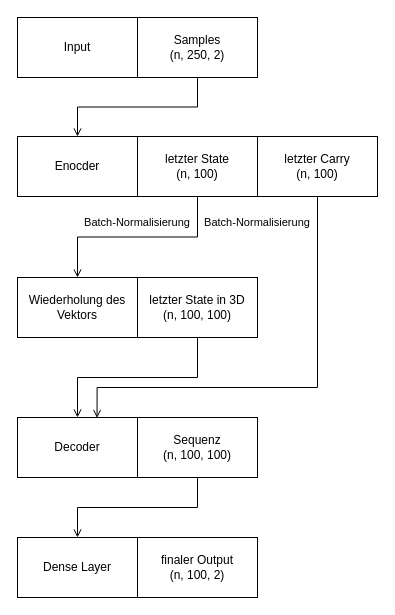
Above: plots/model.drawio in visserle/two-hearts (draw.io), before the change. Source tidied: cells renumbered, new cells numbered last; positions are measured from the earlier drawing's top-left corner, leaving out a move shared by most shapes. Both pictures are drawn from the tidied source at 100%, with x=0, y=0 at pixel (17, 17).
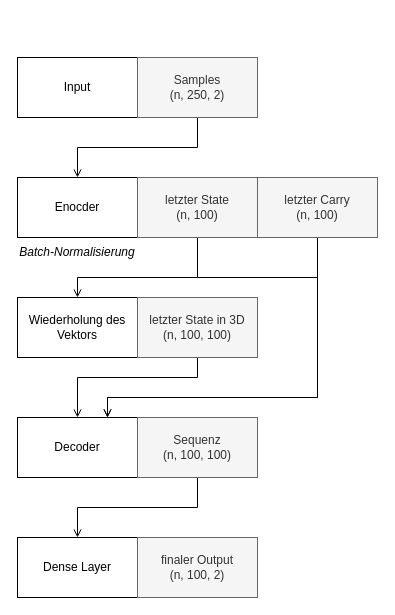
After the change.

Unchanged cells that the change refers to:
```xml
<mxCell id="10" value="Decoder" style="rounded=0;whiteSpace=wrap;html=1;" parent="1" vertex="1">
  <mxGeometry y="400" width="120" height="60" as="geometry" />
</mxCell>
```

Change to the diagram source:
```diff
@@
     <mxCell id="2" value="Input" style="rounded=0;whiteSpace=wrap;html=1;" parent="1" vertex="1">
-      <mxGeometry width="120" height="60" as="geometry" />
+      <mxGeometry y="40" width="120" height="60" as="geometry" />
     </mxCell>
-    <mxCell id="3" style="edgeStyle=orthogonalEdgeStyle;rounded=0;sketch=0;jumpStyle=arc;jettySize=auto;html=1;entryX=0.5;entryY=0;entryDx=0;entryDy=0;shadow=0;endArrow=open;endFill=0;" parent="1" edge="1" source="4" target="5">
+    <mxCell id="3" style="edgeStyle=orthogonalEdgeStyle;rounded=0;sketch=0;jumpStyle=arc;jettySize=auto;html=1;shadow=0;fontSize=12;endArrow=open;endFill=0;" parent="1" edge="1" source="4" target="5">
       <mxGeometry relative="1" as="geometry" />
     </mxCell>
-    <mxCell id="4" value="Samples&lt;br&gt;(n, 250, 2)" style="rounded=0;whiteSpace=wrap;html=1;" parent="1" vertex="1">
-      <mxGeometry x="120" width="120" height="60" as="geometry" />
+    <mxCell id="4" value="Samples&lt;br&gt;(n, 250, 2)" style="rounded=0;whiteSpace=wrap;html=1;fillColor=#f5f5f5;fontColor=#333333;strokeColor=#666666;" parent="1" vertex="1">
+      <mxGeometry x="120" y="40" width="120" height="60" as="geometry" />
     </mxCell>
     <mxCell id="5" value="Enocder" style="rounded=0;whiteSpace=wrap;html=1;" parent="1" vertex="1">
-      <mxGeometry y="119" width="120" height="60" as="geometry" />
+      <mxGeometry y="160" width="120" height="60" as="geometry" />
     </mxCell>
-    <mxCell id="6" style="edgeStyle=orthogonalEdgeStyle;rounded=0;sketch=0;jumpStyle=arc;jettySize=auto;html=1;entryX=0.663;entryY=0.008;entryDx=0;entryDy=0;shadow=0;endArrow=open;endFill=0;entryPerimeter=0;" parent="1" edge="1" source="7" target="10">
+    <mxCell id="6" style="edgeStyle=orthogonalEdgeStyle;rounded=0;sketch=0;jumpStyle=arc;jettySize=auto;html=1;entryX=0.75;entryY=0;entryDx=0;entryDy=0;shadow=0;fontSize=12;endArrow=open;endFill=0;" parent="1" edge="1" source="7" target="10">
       <mxGeometry relative="1" as="geometry">
         <Array as="points">
-          <mxPoint x="300" y="370" />
-          <mxPoint x="80" y="370" />
-          <mxPoint x="80" y="401" />
+          <mxPoint x="300" y="380" />
+          <mxPoint x="90" y="380" />
         </Array>
       </mxGeometry>
     </mxCell>
-    <mxCell id="7" value="letzter Carry&lt;br&gt;(n, 100)" style="rounded=0;whiteSpace=wrap;html=1;" parent="1" vertex="1">
-      <mxGeometry x="240" y="119" width="120" height="60" as="geometry" />
+    <mxCell id="7" value="letzter Carry&lt;br&gt;(n, 100)" style="rounded=0;whiteSpace=wrap;html=1;fillColor=#f5f5f5;fontColor=#333333;strokeColor=#666666;" parent="1" vertex="1">
+      <mxGeometry x="240" y="160" width="120" height="60" as="geometry" />
     </mxCell>
-    <mxCell id="8" style="edgeStyle=orthogonalEdgeStyle;rounded=0;sketch=0;jumpStyle=arc;jettySize=auto;html=1;shadow=0;endArrow=open;endFill=0;" parent="1" edge="1" source="9" target="13">
-      <mxGeometry relative="1" as="geometry" />
+    <mxCell id="8" style="edgeStyle=orthogonalEdgeStyle;rounded=0;sketch=0;jumpStyle=arc;jettySize=auto;html=1;shadow=0;endArrow=open;endFill=0;entryX=0.5;entryY=0;entryDx=0;entryDy=0;" parent="1" edge="1" target="13">
+      <mxGeometry relative="1" as="geometry">
+        <mxPoint x="180" y="190" as="sourcePoint" />
+        <Array as="points">
+          <mxPoint x="180" y="260" />
+          <mxPoint x="60" y="260" />
+        </Array>
+      </mxGeometry>
     </mxCell>
+    <mxCell id="20" style="edgeStyle=orthogonalEdgeStyle;rounded=0;sketch=0;jumpStyle=arc;jettySize=auto;html=1;entryX=0.75;entryY=0;entryDx=0;entryDy=0;shadow=0;fontSize=12;endArrow=open;endFill=0;" parent="1" edge="1" target="10">
+      <mxGeometry relative="1" as="geometry">
+        <mxPoint x="180" y="169" as="sourcePoint" />
+        <Array as="points">
+          <mxPoint x="180" y="260" />
+          <mxPoint x="300" y="260" />
+          <mxPoint x="300" y="380" />
+          <mxPoint x="90" y="380" />
+        </Array>
+      </mxGeometry>
+    </mxCell>
-    <mxCell id="9" value="letzter State&lt;br&gt;(n, 100)" style="rounded=0;whiteSpace=wrap;html=1;" parent="1" vertex="1">
-      <mxGeometry x="120" y="119" width="120" height="60" as="geometry" />
+    <mxCell id="9" value="letzter State&lt;br&gt;(n, 100)" style="rounded=0;whiteSpace=wrap;html=1;fillColor=#f5f5f5;fontColor=#333333;strokeColor=#666666;" parent="1" vertex="1">
+      <mxGeometry x="120" y="160" width="120" height="60" as="geometry" />
     </mxCell>
@@
-    <mxCell id="12" value="Sequenz&lt;br&gt;(n, 100, 100)" style="rounded=0;whiteSpace=wrap;html=1;" parent="1" vertex="1">
+    <mxCell id="12" value="Sequenz&lt;br&gt;(n, 100, 100)" style="rounded=0;whiteSpace=wrap;html=1;fillColor=#f5f5f5;fontColor=#333333;strokeColor=#666666;" parent="1" vertex="1">
       <mxGeometry x="120" y="400" width="120" height="60" as="geometry" />
     </mxCell>
     <mxCell id="13" value="Wiederholung des Vektors" style="rounded=0;whiteSpace=wrap;html=1;" parent="1" vertex="1">
-      <mxGeometry y="260" width="120" height="60" as="geometry" />
+      <mxGeometry y="280" width="120" height="60" as="geometry" />
     </mxCell>
     <mxCell id="14" style="edgeStyle=orthogonalEdgeStyle;rounded=0;sketch=0;jumpStyle=arc;jettySize=auto;html=1;entryX=0.5;entryY=0;entryDx=0;entryDy=0;shadow=0;endArrow=open;endFill=0;" parent="1" edge="1" source="15" target="10">
-      <mxGeometry relative="1" as="geometry" />
+      <mxGeometry relative="1" as="geometry">
+        <Array as="points">
+          <mxPoint x="180" y="360" />
+          <mxPoint x="60" y="360" />
+        </Array>
+      </mxGeometry>
     </mxCell>
-    <mxCell id="15" value="letzter State in 3D&lt;br&gt;(n, 100, 100)" style="rounded=0;whiteSpace=wrap;html=1;" parent="1" vertex="1">
-      <mxGeometry x="120" y="260" width="120" height="60" as="geometry" />
+    <mxCell id="15" value="letzter State in 3D&lt;br&gt;(n, 100, 100)" style="rounded=0;whiteSpace=wrap;html=1;fillColor=#f5f5f5;fontColor=#333333;strokeColor=#666666;" parent="1" vertex="1">
+      <mxGeometry x="120" y="280" width="120" height="60" as="geometry" />
     </mxCell>
-    <mxCell id="16" value="Batch-Normalisierung" style="text;html=1;strokeColor=none;fillColor=none;align=center;verticalAlign=middle;whiteSpace=wrap;rounded=0;fontSize=11;" parent="1" vertex="1">
-      <mxGeometry x="60" y="190" width="120" height="30" as="geometry" />
-    </mxCell>
@@
-    <mxCell id="18" value="finaler Output&lt;br&gt;(n, 100, 2)" style="rounded=0;whiteSpace=wrap;html=1;" parent="1" vertex="1">
+    <mxCell id="18" value="finaler Output&lt;br&gt;(n, 100, 2)" style="rounded=0;whiteSpace=wrap;html=1;fillColor=#f5f5f5;fontColor=#333333;strokeColor=#666666;" parent="1" vertex="1">
       <mxGeometry x="120" y="520" width="120" height="60" as="geometry" />
     </mxCell>
-    <mxCell id="19" value="Batch-Normalisierung" style="text;html=1;strokeColor=none;fillColor=none;align=center;verticalAlign=middle;whiteSpace=wrap;rounded=0;fontSize=11;" parent="1" vertex="1">
-      <mxGeometry x="180" y="190" width="120" height="30" as="geometry" />
-    </mxCell>
+    <mxCell id="21" value="&lt;i&gt;&lt;font style=&quot;font-size: 12px&quot;&gt;Batch-Normalisierung&lt;/font&gt;&lt;/i&gt;" style="text;html=1;strokeColor=none;fillColor=none;align=center;verticalAlign=middle;whiteSpace=wrap;rounded=0;fontSize=11;" parent="1" vertex="1">
+      <mxGeometry y="220" width="120" height="30" as="geometry" />
+    </mxCell>
```
